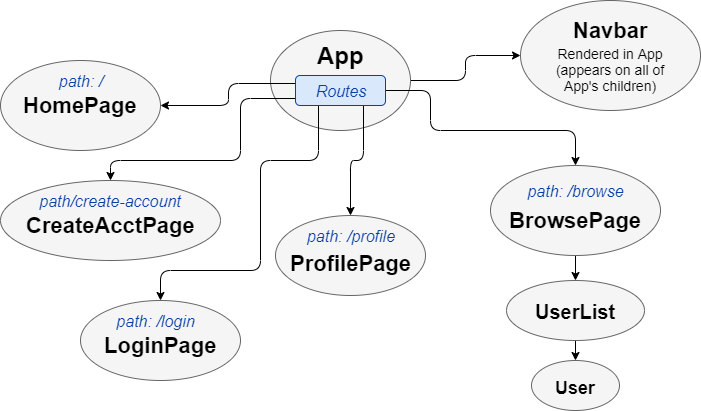
Earlier version of the draw.io export ComponentTree.png (jpremmel/epicodus-capstone-project). Source tidied: cells renumbered, new cells last; positions are measured from the earlier drawing's top-left corner, leaving out a move shared by most shapes.
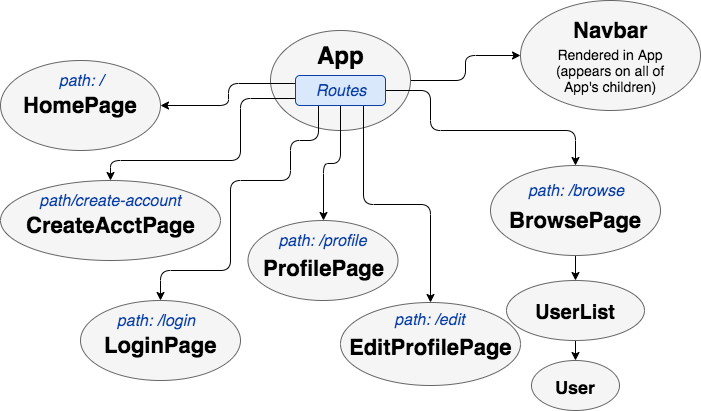
After the commit.

Commit message:
Update component tree in README.md

What changed in the source:
```diff
@@ -27,7 +27,7 @@
       <mxGeometry x="520" width="180" height="110" as="geometry" />
     </mxCell>
     <mxCell id="10" style="ellipse;whiteSpace=wrap;html=1;fillColor=#f5f5f5;strokeColor=#666666;fontColor=#333333;" parent="1" vertex="1">
-      <mxGeometry x="275" y="215" width="150" height="80" as="geometry" />
+      <mxGeometry x="247.5" y="220" width="150" height="80" as="geometry" />
     </mxCell>
     <mxCell id="11" value="App" style="text;strokeColor=none;fillColor=none;html=1;fontSize=24;fontStyle=1;verticalAlign=middle;align=center;" parent="1" vertex="1">
       <mxGeometry x="305" y="35" width="70" height="40" as="geometry" />
@@ -42,7 +42,7 @@
       <mxGeometry x="25" y="210" width="170" height="30" as="geometry" />
     </mxCell>
     <mxCell id="15" value="ProfilePage" style="text;strokeColor=none;fillColor=none;html=1;fontSize=22;fontStyle=1;verticalAlign=middle;align=center;" parent="1" vertex="1">
-      <mxGeometry x="288" y="250" width="125" height="25" as="geometry" />
+      <mxGeometry x="260.5" y="255" width="125" height="25" as="geometry" />
     </mxCell>
     <mxCell id="16" value="Navbar" style="text;strokeColor=none;fillColor=none;html=1;fontSize=22;fontStyle=1;verticalAlign=middle;align=center;" parent="1" vertex="1">
       <mxGeometry x="560" y="10" width="100" height="40" as="geometry" />
@@ -62,9 +62,6 @@
         </Array>
       </mxGeometry>
     </mxCell>
-    <mxCell id="20" style="edgeStyle=orthogonalEdgeStyle;rounded=1;jettySize=auto;html=1;exitX=0.75;exitY=1;exitDx=0;exitDy=0;entryX=0.5;entryY=0;entryDx=0;entryDy=0;fontSize=16;fontColor=#0A3FA8;" parent="1" edge="1" source="24" target="10">
-      <mxGeometry relative="1" as="geometry" />
-    </mxCell>
     <mxCell id="21" style="edgeStyle=orthogonalEdgeStyle;rounded=1;jettySize=auto;html=1;exitX=0;exitY=0.25;exitDx=0;exitDy=0;entryX=1;entryY=0.5;entryDx=0;entryDy=0;fontSize=16;fontColor=#0A3FA8;" parent="1" edge="1" source="24" target="4">
       <mxGeometry relative="1" as="geometry" />
     </mxCell>
@@ -80,13 +77,21 @@
     <mxCell id="23" style="edgeStyle=orthogonalEdgeStyle;rounded=1;jettySize=auto;html=1;exitX=0.25;exitY=1;exitDx=0;exitDy=0;entryX=0.5;entryY=0;entryDx=0;entryDy=0;fontSize=16;fontColor=#0A3FA8;" parent="1" edge="1" source="24" target="5">
       <mxGeometry relative="1" as="geometry">
         <Array as="points">
-          <mxPoint x="318" y="160" />
-          <mxPoint x="260" y="160" />
-          <mxPoint x="260" y="270" />
+          <mxPoint x="318" y="140" />
+          <mxPoint x="290" y="140" />
+          <mxPoint x="290" y="180" />
+          <mxPoint x="230" y="180" />
+          <mxPoint x="230" y="270" />
           <mxPoint x="160" y="270" />
         </Array>
       </mxGeometry>
     </mxCell>
+    <mxCell id="20" style="edgeStyle=orthogonalEdgeStyle;rounded=1;jettySize=auto;html=1;exitX=0.5;exitY=1;exitDx=0;exitDy=0;entryX=0.5;entryY=0;entryDx=0;entryDy=0;" parent="1" edge="1" source="24" target="10">
+      <mxGeometry relative="1" as="geometry" />
+    </mxCell>
+    <mxCell id="36" style="edgeStyle=orthogonalEdgeStyle;rounded=1;jettySize=auto;html=1;exitX=0.75;exitY=1;exitDx=0;exitDy=0;entryX=0.5;entryY=0;entryDx=0;entryDy=0;" parent="1" edge="1" source="24" target="37">
+      <mxGeometry relative="1" as="geometry" />
+    </mxCell>
     <mxCell id="24" style="rounded=1;whiteSpace=wrap;html=1;fontSize=14;fillColor=#dae8fc;strokeColor=#0A3FA8;" parent="1" vertex="1">
       <mxGeometry x="295" y="75" width="90" height="30" as="geometry" />
     </mxCell>
@@ -100,7 +105,7 @@
       <mxGeometry x="35" y="185" width="150" height="30" as="geometry" />
     </mxCell>
     <mxCell id="28" value="path: /profile" style="text;html=1;strokeColor=none;fillColor=none;align=center;verticalAlign=middle;whiteSpace=wrap;rounded=0;fontSize=16;fontColor=#0A3FA8;fontStyle=2;" parent="1" vertex="1">
-      <mxGeometry x="297.5" y="225" width="105" height="20" as="geometry" />
+      <mxGeometry x="270" y="230" width="105" height="20" as="geometry" />
     </mxCell>
     <mxCell id="29" value="path: /login" style="text;html=1;strokeColor=none;fillColor=none;align=center;verticalAlign=middle;whiteSpace=wrap;rounded=0;fontSize=16;fontColor=#0A3FA8;fontStyle=2;" parent="1" vertex="1">
       <mxGeometry x="110" y="310" width="90" height="20" as="geometry" />
@@ -123,5 +128,14 @@
     <mxCell id="35" value="&lt;font style=&quot;font-size: 18px&quot;&gt;User&lt;/font&gt;" style="text;strokeColor=none;fillColor=none;html=1;fontSize=24;fontStyle=1;verticalAlign=middle;align=center;" parent="1" vertex="1">
       <mxGeometry x="543.5" y="372.5" width="63" height="25" as="geometry" />
     </mxCell>
+    <mxCell id="37" style="ellipse;whiteSpace=wrap;html=1;fillColor=#f5f5f5;strokeColor=#666666;fontColor=#333333;" parent="1" vertex="1">
+      <mxGeometry x="340" y="302" width="180" height="83" as="geometry" />
+    </mxCell>
+    <mxCell id="38" value="EditProfilePage" style="text;strokeColor=none;fillColor=none;html=1;fontSize=22;fontStyle=1;verticalAlign=middle;align=center;" parent="1" vertex="1">
+      <mxGeometry x="367.5" y="334.5" width="125" height="25" as="geometry" />
+    </mxCell>
+    <mxCell id="39" value="path: /edit" style="text;html=1;strokeColor=none;fillColor=none;align=center;verticalAlign=middle;whiteSpace=wrap;rounded=0;fontSize=16;fontColor=#0A3FA8;fontStyle=2;" parent="1" vertex="1">
+      <mxGeometry x="377" y="309.5" width="105" height="20" as="geometry" />
+    </mxCell>
   </root>
 </mxGraphModel>
```
